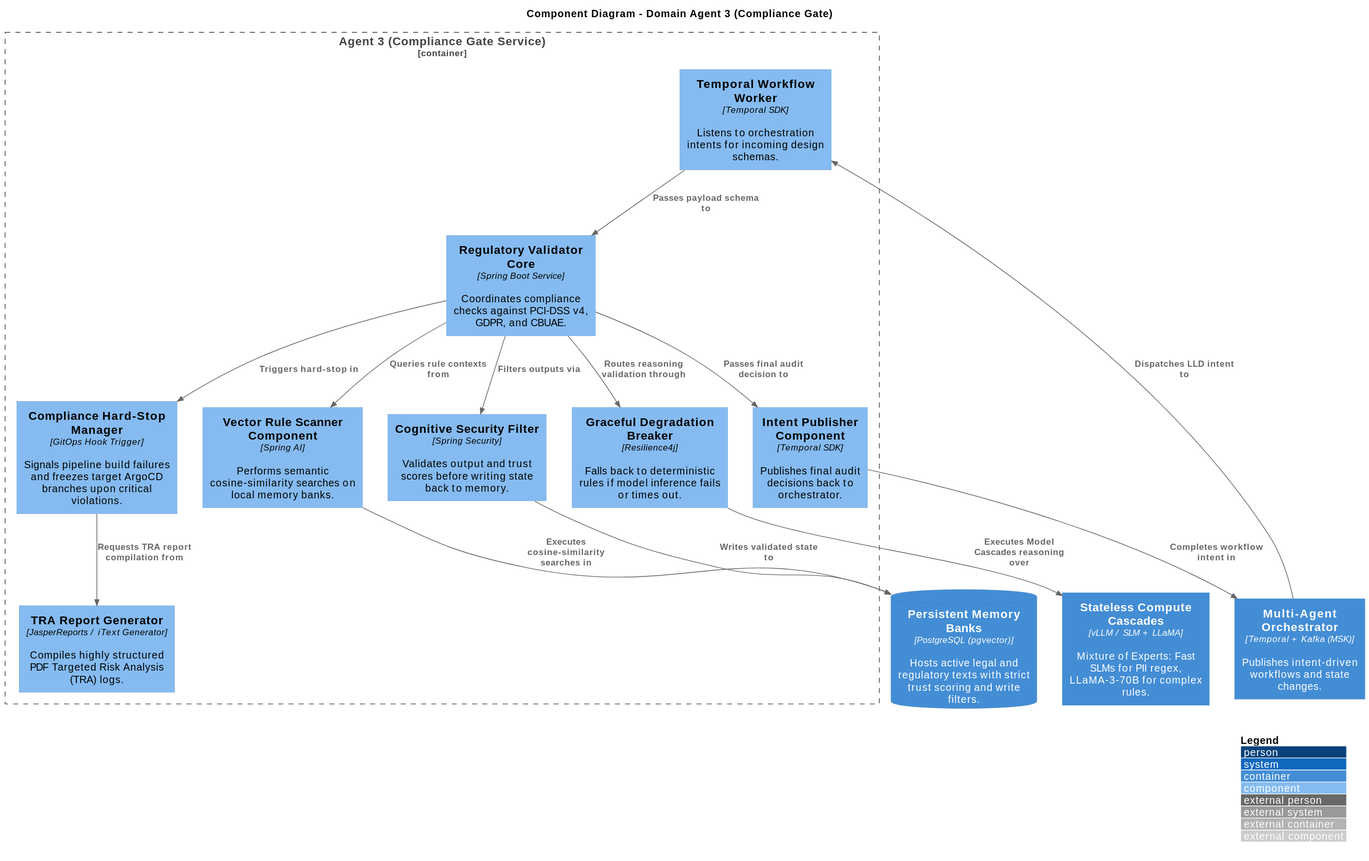
Before: x_bank-core/c4_component.svg, a diagram exported from PlantUML (COPUR/X_Bank-Agentive-Architecture-Framework).
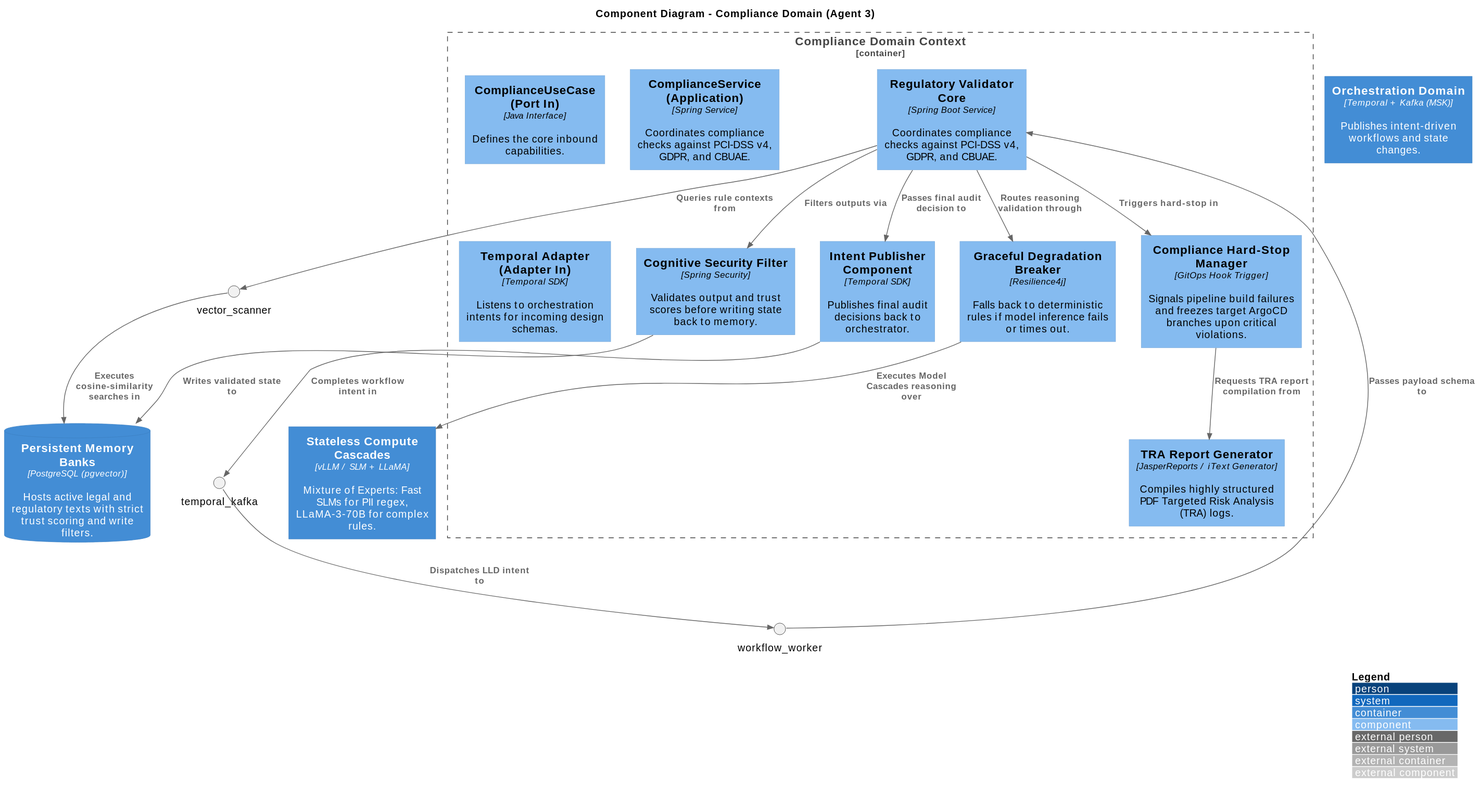
After the commit.

Diff of the diagram source:
```diff
@@ -3,15 +3,16 @@
 
 LAYOUT_WITH_LEGEND()
 
-title Component Diagram - Domain Agent 3 (Compliance Gate)
+title Component Diagram - Compliance Domain (Agent 3)
 
-Container(temporal_kafka, "Multi-Agent Orchestrator", "Temporal + Kafka (MSK)", "Publishes intent-driven workflows and state changes.")
+Container(orchestration_domain, "Orchestration Domain", "Temporal + Kafka (MSK)", "Publishes intent-driven workflows and state changes.")
 Container(model_cascades, "Stateless Compute Cascades", "vLLM / SLM + LLaMA", "Mixture of Experts: Fast SLMs for PII regex, LLaMA-3-70B for complex rules.")
 ContainerDb(memory_banks, "Persistent Memory Banks", "PostgreSQL (pgvector)", "Hosts active legal and regulatory texts with strict trust scoring and write filters.")
 
-Container_Boundary(agent3_boundary, "Agent 3 (Compliance Gate Service)") {
-    Component(workflow_worker, "Temporal Workflow Worker", "Temporal SDK", "Listens to orchestration intents for incoming design schemas.")
-    Component(vector_scanner, "Vector Rule Scanner Component", "Spring AI", "Performs semantic cosine-similarity searches on local memory banks.")
+Container_Boundary(compliance_domain, "Compliance Domain Context") {
+    Component(compliance_use_case, "ComplianceUseCase (Port In)", "Java Interface", "Defines the core inbound capabilities.")
+    Component(compliance_service, "ComplianceService (Application)", "Spring Service", "Coordinates compliance checks against PCI-DSS v4, GDPR, and CBUAE.")
+    Component(workflow_adapter, "Temporal Adapter (Adapter In)", "Temporal SDK", "Listens to orchestration intents for incoming design schemas.")
     Component(validator, "Regulatory Validator Core", "Spring Boot Service", "Coordinates compliance checks against PCI-DSS v4, GDPR, and CBUAE.")
     Component(circuit_breaker, "Graceful Degradation Breaker", "Resilience4j", "Falls back to deterministic rules if model inference fails or times out.")
     Component(security_filter, "Cognitive Security Filter", "Spring Security", "Validates output and trust scores before writing state back to memory.")
```
